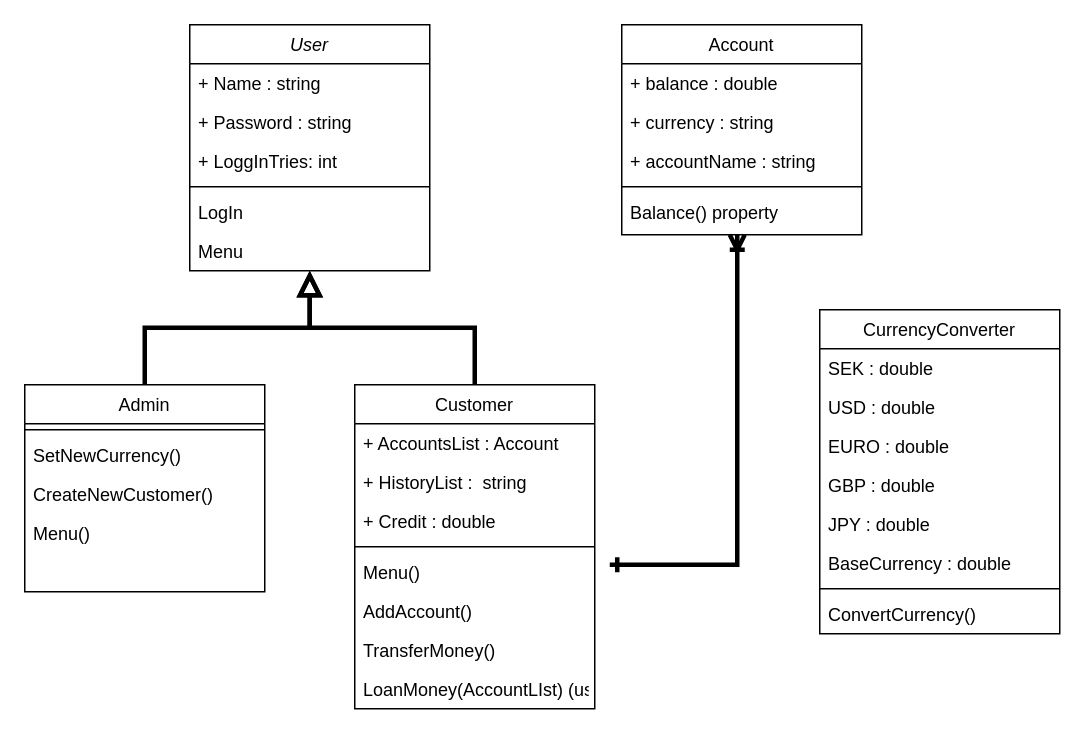
Above: Classdiagram.drawio in DanielJohansson1989/Group_Project_Loop_Legends (draw.io), before the change. Source tidied: cells renumbered, new cells numbered last; positions are measured from the earlier drawing's top-left corner, leaving out a move shared by most shapes. Both pictures are drawn from the tidied source at 150%, with x=0, y=0 at pixel (24, 24).
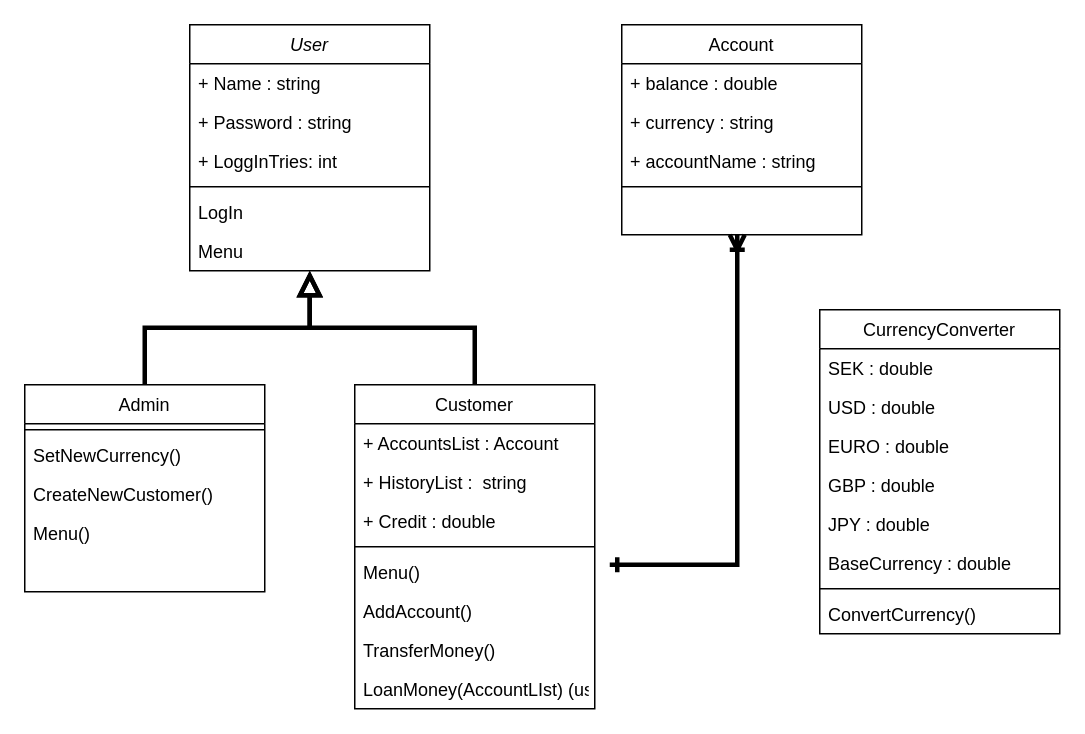
Above is the later version.

Commit message:
Remove Balance property

Unchanged cells that the change refers to:
```xml
<mxCell id="25" value="Account" style="swimlane;fontStyle=0;align=center;verticalAlign=top;horizontal=1;startSize=26;rounded=0;shadow=0;strokeWidth=1;" parent="1" vertex="1">
  <mxGeometry x="398" width="160" height="140" as="geometry" />
</mxCell>
```

The edit, as a diff of the source:
```diff
@@
-    <mxCell id="30" value="Balance() property" style="text;align=left;verticalAlign=top;spacingLeft=4;spacingRight=4;overflow=hidden;" parent="25" vertex="1">
-      <mxGeometry y="112" width="160" height="26" as="geometry" />
-    </mxCell>
```
